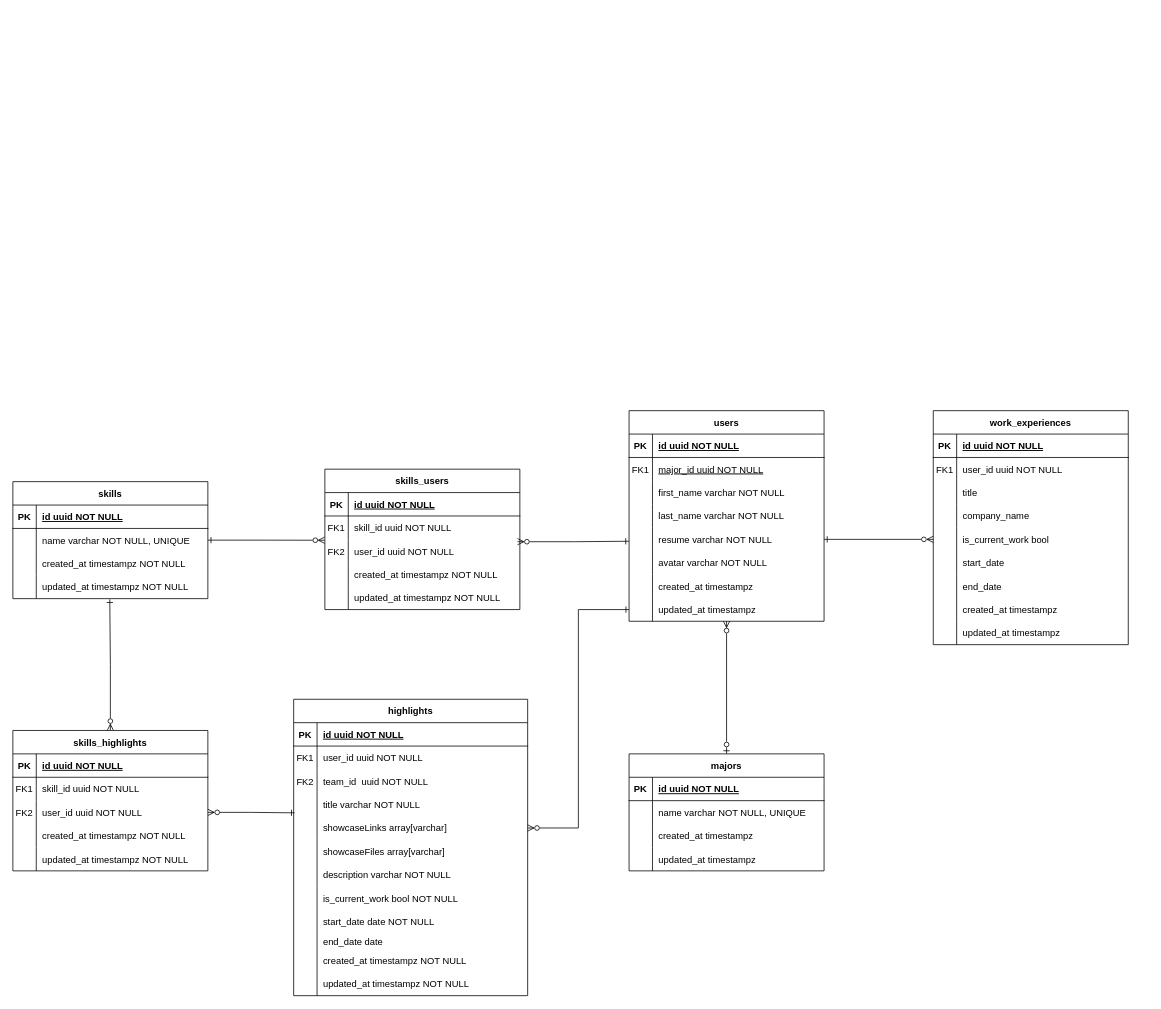
This is er-diagram.drawio from jmsandiegoo/launchlab_nus_app, a draw.io file, before an edit. Source tidied: cells renumbered, new cells numbered last; positions are measured from the earlier drawing's top-left corner, leaving out a move shared by most shapes. Both pictures are drawn from the tidied source at 78%, with x=0, y=0 at pixel (12, 410).
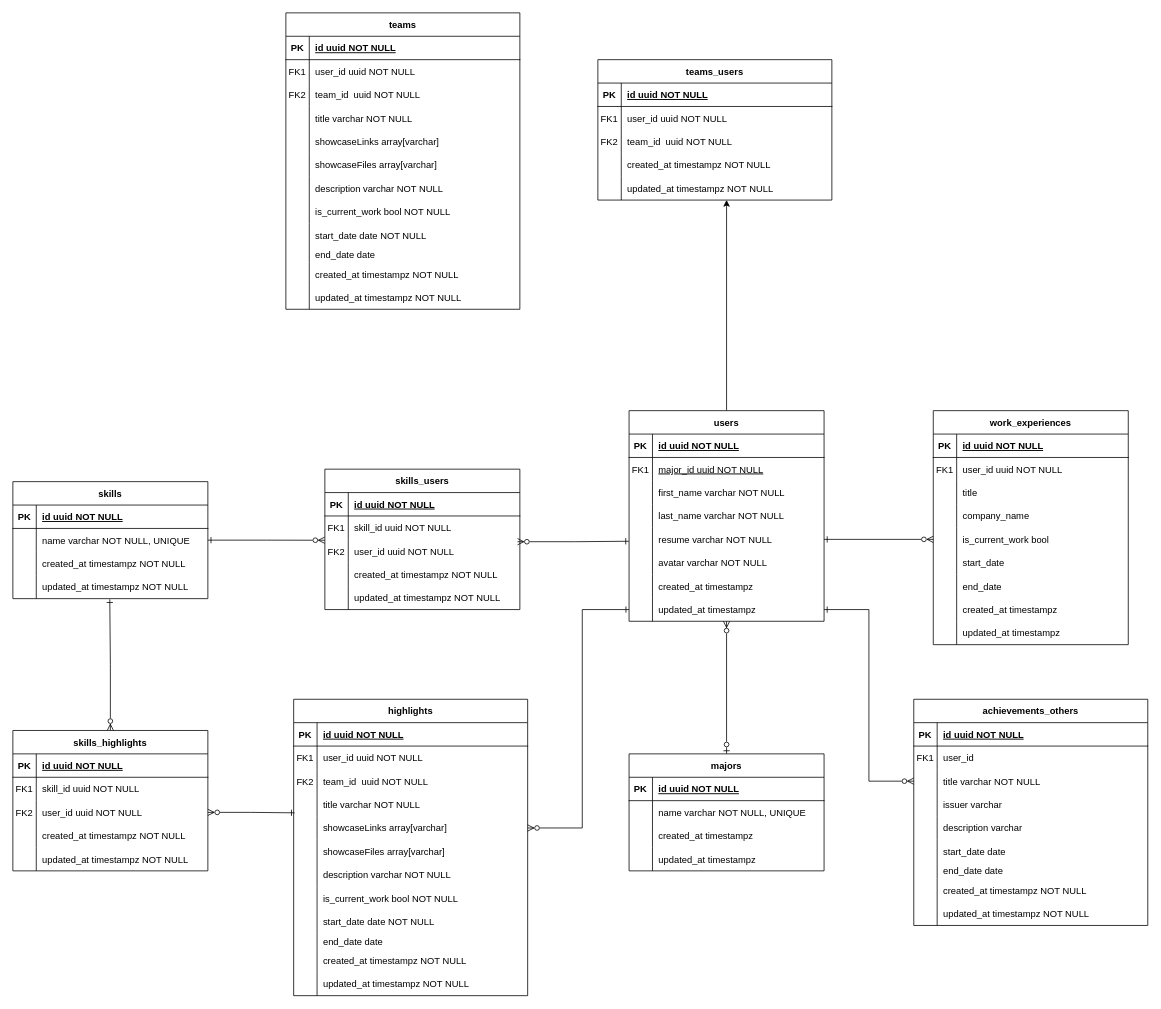
After the change.

Commit message:
added achievements & teams table

The change refers to these unchanged cells:
```xml
<mxCell id="2" value="users" style="shape=table;startSize=30;childLayout=tableLayout;rowLines=0;fontStyle=1;align=center;" parent="1" vertex="1">
  <mxGeometry x="790" width="250" height="270" as="geometry" />
</mxCell>
<mxCell id="24" style="shape=partialRectangle;fillColor=none;points=[[0,0.5],[1,0.5]];portConstraint=eastwest;top=0;left=0;right=0;bottom=0;" parent="2" vertex="1">
  <mxGeometry y="240" width="250" height="30" as="geometry" />
</mxCell>
<mxCell id="115" style="shape=partialRectangle;fillColor=none;points=[[0,0.5],[1,0.5]];portConstraint=eastwest;top=0;left=0;right=0;bottom=0;" parent="102" vertex="1">
  <mxGeometry y="150" width="300" height="30" as="geometry" />
</mxCell>
```

Change to the diagram source:
```diff
@@
+    <mxCell id="159" style="edgeStyle=orthogonalEdgeStyle;rounded=0;jettySize=auto;html=1;exitX=0.5;exitY=0;exitDx=0;exitDy=0;entryX=0.55;entryY=0.996;entryDx=0;entryDy=0;entryPerimeter=0;" parent="1" edge="1" source="2" target="239">
+      <mxGeometry relative="1" as="geometry" />
+    </mxCell>
@@
     <mxCell id="157" style="edgeStyle=orthogonalEdgeStyle;rounded=0;jettySize=auto;html=1;entryX=0;entryY=0.5;entryDx=0;entryDy=0;endArrow=ERone;endFill=0;startArrow=ERzeroToMany;startFill=0;" parent="1" edge="1" source="115" target="24">
-      <mxGeometry relative="1" as="geometry" />
+      <mxGeometry relative="1" as="geometry">
+        <Array as="points">
+          <mxPoint x="730" y="535" />
+          <mxPoint x="730" y="255" />
+        </Array>
+      </mxGeometry>
     </mxCell>
@@
+    <mxCell id="160" value="achievements_others" style="shape=table;startSize=30;childLayout=tableLayout;rowLines=0;fontStyle=1;align=center;" parent="1" vertex="1">
+      <mxGeometry x="1155" y="370" width="300" height="290" as="geometry" />
+    </mxCell>
+    <mxCell id="161" style="shape=partialRectangle;fillColor=none;top=0;left=0;right=0;bottom=1;" parent="160" vertex="1">
+      <mxGeometry y="30" width="300" height="30" as="geometry" />
+    </mxCell>
+    <mxCell id="162" value="PK" style="shape=partialRectangle;overflow=hidden;fillColor=none;top=0;left=0;bottom=0;right=0;fontStyle=1;" parent="161" vertex="1">
+      <mxGeometry width="30" height="30" as="geometry" />
+    </mxCell>
+    <mxCell id="163" value="id uuid NOT NULL " style="shape=partialRectangle;overflow=hidden;fillColor=none;top=0;left=0;bottom=0;right=0;align=left;spacingLeft=6;fontStyle=5;" parent="161" vertex="1">
+      <mxGeometry x="30" width="270" height="30" as="geometry" />
+    </mxCell>
+    <mxCell id="164" style="shape=partialRectangle;fillColor=none;top=0;left=0;right=0;bottom=0;" parent="160" vertex="1">
+      <mxGeometry y="60" width="300" height="30" as="geometry" />
+    </mxCell>
+    <mxCell id="165" value="FK1" style="shape=partialRectangle;overflow=hidden;fillColor=none;top=0;left=0;bottom=0;right=0;" parent="164" vertex="1">
+      <mxGeometry width="30" height="30" as="geometry" />
+    </mxCell>
+    <mxCell id="166" value="user_id" style="shape=partialRectangle;overflow=hidden;fillColor=none;top=0;left=0;bottom=0;right=0;align=left;spacingLeft=6;" parent="164" vertex="1">
+      <mxGeometry x="30" width="270" height="30" as="geometry" />
+    </mxCell>
+    <mxCell id="167" style="shape=partialRectangle;fillColor=none;points=[[0,0.5],[1,0.5]];portConstraint=eastwest;top=0;left=0;right=0;bottom=0;" parent="160" vertex="1">
+      <mxGeometry y="90" width="300" height="30" as="geometry" />
+    </mxCell>
+    <mxCell id="168" style="shape=partialRectangle;overflow=hidden;fillColor=none;top=0;left=0;bottom=0;right=0;" parent="167" vertex="1">
+      <mxGeometry width="30" height="30" as="geometry" />
+    </mxCell>
+    <mxCell id="169" value="title varchar NOT NULL" style="shape=partialRectangle;overflow=hidden;fillColor=none;top=0;left=0;bottom=0;right=0;align=left;spacingLeft=6;" parent="167" vertex="1">
+      <mxGeometry x="30" width="270" height="30" as="geometry" />
+    </mxCell>
+    <mxCell id="170" style="shape=partialRectangle;fillColor=none;top=0;left=0;right=0;bottom=0;" parent="160" vertex="1">
+      <mxGeometry y="120" width="300" height="30" as="geometry" />
+    </mxCell>
+    <mxCell id="171" style="shape=partialRectangle;overflow=hidden;fillColor=none;top=0;left=0;bottom=0;right=0;" parent="170" vertex="1">
+      <mxGeometry width="30" height="30" as="geometry" />
+    </mxCell>
+    <mxCell id="172" value="issuer varchar" style="shape=partialRectangle;overflow=hidden;fillColor=none;top=0;left=0;bottom=0;right=0;align=left;spacingLeft=6;" parent="170" vertex="1">
+      <mxGeometry x="30" width="270" height="30" as="geometry" />
+    </mxCell>
+    <mxCell id="173" style="shape=partialRectangle;fillColor=none;top=0;left=0;right=0;bottom=0;" parent="160" vertex="1">
+      <mxGeometry y="150" width="300" height="30" as="geometry" />
+    </mxCell>
+    <mxCell id="174" style="shape=partialRectangle;overflow=hidden;fillColor=none;top=0;left=0;bottom=0;right=0;" parent="173" vertex="1">
+      <mxGeometry width="30" height="30" as="geometry" />
+    </mxCell>
+    <mxCell id="175" value="description varchar" style="shape=partialRectangle;overflow=hidden;fillColor=none;top=0;left=0;bottom=0;right=0;align=left;spacingLeft=6;" parent="173" vertex="1">
+      <mxGeometry x="30" width="270" height="30" as="geometry" />
+    </mxCell>
+    <mxCell id="176" style="shape=partialRectangle;fillColor=none;top=0;left=0;right=0;bottom=0;" parent="160" vertex="1">
+      <mxGeometry y="180" width="300" height="30" as="geometry" />
+    </mxCell>
+    <mxCell id="177" style="shape=partialRectangle;overflow=hidden;fillColor=none;top=0;left=0;bottom=0;right=0;" parent="176" vertex="1">
+      <mxGeometry width="30" height="30" as="geometry" />
+    </mxCell>
+    <mxCell id="178" value="start_date date" style="shape=partialRectangle;overflow=hidden;fillColor=none;top=0;left=0;bottom=0;right=0;align=left;spacingLeft=6;" parent="176" vertex="1">
+      <mxGeometry x="30" width="270" height="30" as="geometry" />
+    </mxCell>
+    <mxCell id="179" style="shape=partialRectangle;fillColor=none;top=0;left=0;right=0;bottom=0;" parent="160" vertex="1">
+      <mxGeometry y="210" width="300" height="20" as="geometry" />
+    </mxCell>
+    <mxCell id="180" style="shape=partialRectangle;overflow=hidden;fillColor=none;top=0;left=0;bottom=0;right=0;" parent="179" vertex="1">
+      <mxGeometry width="30" height="20" as="geometry" />
+    </mxCell>
+    <mxCell id="181" value="end_date date" style="shape=partialRectangle;overflow=hidden;fillColor=none;top=0;left=0;bottom=0;right=0;align=left;spacingLeft=6;" parent="179" vertex="1">
+      <mxGeometry x="30" width="270" height="20" as="geometry" />
+    </mxCell>
+    <mxCell id="182" style="shape=partialRectangle;fillColor=none;top=0;left=0;right=0;bottom=0;" parent="160" vertex="1">
+      <mxGeometry y="230" width="300" height="30" as="geometry" />
+    </mxCell>
+    <mxCell id="183" style="shape=partialRectangle;overflow=hidden;fillColor=none;top=0;left=0;bottom=0;right=0;" parent="182" vertex="1">
+      <mxGeometry width="30" height="30" as="geometry" />
+    </mxCell>
+    <mxCell id="184" value="created_at timestampz NOT NULL" style="shape=partialRectangle;overflow=hidden;fillColor=none;top=0;left=0;bottom=0;right=0;align=left;spacingLeft=6;" parent="182" vertex="1">
+      <mxGeometry x="30" width="270" height="30" as="geometry" />
+    </mxCell>
+    <mxCell id="185" style="shape=partialRectangle;fillColor=none;top=0;left=0;right=0;bottom=0;" parent="160" vertex="1">
+      <mxGeometry y="260" width="300" height="30" as="geometry" />
+    </mxCell>
+    <mxCell id="186" style="shape=partialRectangle;overflow=hidden;fillColor=none;top=0;left=0;bottom=0;right=0;" parent="185" vertex="1">
+      <mxGeometry width="30" height="30" as="geometry" />
+    </mxCell>
+    <mxCell id="187" value="updated_at timestampz NOT NULL" style="shape=partialRectangle;overflow=hidden;fillColor=none;top=0;left=0;bottom=0;right=0;align=left;spacingLeft=6;" parent="185" vertex="1">
+      <mxGeometry x="30" width="270" height="30" as="geometry" />
+    </mxCell>
+    <mxCell id="188" style="edgeStyle=orthogonalEdgeStyle;rounded=0;jettySize=auto;html=1;exitX=0;exitY=0.5;exitDx=0;exitDy=0;entryX=1;entryY=0.5;entryDx=0;entryDy=0;endArrow=ERone;endFill=0;startArrow=ERzeroToMany;startFill=0;" parent="1" edge="1" source="167" target="24">
+      <mxGeometry relative="1" as="geometry" />
+    </mxCell>
+    <mxCell id="189" value="teams" style="shape=table;startSize=30;childLayout=tableLayout;rowLines=0;fontStyle=1;align=center;" parent="1" vertex="1">
+      <mxGeometry x="350" y="-510" width="300" height="380" as="geometry" />
+    </mxCell>
+    <mxCell id="190" style="shape=partialRectangle;fillColor=none;top=0;left=0;right=0;bottom=1;" parent="189" vertex="1">
+      <mxGeometry y="30" width="300" height="30" as="geometry" />
+    </mxCell>
+    <mxCell id="191" value="PK" style="shape=partialRectangle;overflow=hidden;fillColor=none;top=0;left=0;bottom=0;right=0;fontStyle=1;" parent="190" vertex="1">
+      <mxGeometry width="30" height="30" as="geometry" />
+    </mxCell>
+    <mxCell id="192" value="id uuid NOT NULL " style="shape=partialRectangle;overflow=hidden;fillColor=none;top=0;left=0;bottom=0;right=0;align=left;spacingLeft=6;fontStyle=5;" parent="190" vertex="1">
+      <mxGeometry x="30" width="270" height="30" as="geometry" />
+    </mxCell>
+    <mxCell id="193" style="shape=partialRectangle;fillColor=none;top=0;left=0;right=0;bottom=0;" parent="189" vertex="1">
+      <mxGeometry y="60" width="300" height="30" as="geometry" />
+    </mxCell>
+    <mxCell id="194" value="FK1" style="shape=partialRectangle;overflow=hidden;fillColor=none;top=0;left=0;bottom=0;right=0;" parent="193" vertex="1">
+      <mxGeometry width="30" height="30" as="geometry" />
+    </mxCell>
+    <mxCell id="195" value="user_id uuid NOT NULL" style="shape=partialRectangle;overflow=hidden;fillColor=none;top=0;left=0;bottom=0;right=0;align=left;spacingLeft=6;" parent="193" vertex="1">
+      <mxGeometry x="30" width="270" height="30" as="geometry" />
+    </mxCell>
+    <mxCell id="196" style="shape=partialRectangle;fillColor=none;top=0;left=0;right=0;bottom=0;" parent="189" vertex="1">
+      <mxGeometry y="90" width="300" height="30" as="geometry" />
+    </mxCell>
+    <mxCell id="197" value="FK2" style="shape=partialRectangle;overflow=hidden;fillColor=none;top=0;left=0;bottom=0;right=0;" parent="196" vertex="1">
+      <mxGeometry width="30" height="30" as="geometry" />
+    </mxCell>
+    <mxCell id="198" value="team_id  uuid NOT NULL" style="shape=partialRectangle;overflow=hidden;fillColor=none;top=0;left=0;bottom=0;right=0;align=left;spacingLeft=6;" parent="196" vertex="1">
+      <mxGeometry x="30" width="270" height="30" as="geometry" />
+    </mxCell>
+    <mxCell id="199" style="shape=partialRectangle;fillColor=none;top=0;left=0;right=0;bottom=0;" parent="189" vertex="1">
+      <mxGeometry y="120" width="300" height="30" as="geometry" />
+    </mxCell>
+    <mxCell id="200" style="shape=partialRectangle;overflow=hidden;fillColor=none;top=0;left=0;bottom=0;right=0;" parent="199" vertex="1">
+      <mxGeometry width="30" height="30" as="geometry" />
+    </mxCell>
+    <mxCell id="201" value="title varchar NOT NULL" style="shape=partialRectangle;overflow=hidden;fillColor=none;top=0;left=0;bottom=0;right=0;align=left;spacingLeft=6;" parent="199" vertex="1">
+      <mxGeometry x="30" width="270" height="30" as="geometry" />
+    </mxCell>
+    <mxCell id="202" style="shape=partialRectangle;fillColor=none;top=0;left=0;right=0;bottom=0;" parent="189" vertex="1">
+      <mxGeometry y="150" width="300" height="30" as="geometry" />
+    </mxCell>
+    <mxCell id="203" style="shape=partialRectangle;overflow=hidden;fillColor=none;top=0;left=0;bottom=0;right=0;" parent="202" vertex="1">
+      <mxGeometry width="30" height="30" as="geometry" />
+    </mxCell>
+    <mxCell id="204" value="showcaseLinks array[varchar]" style="shape=partialRectangle;overflow=hidden;fillColor=none;top=0;left=0;bottom=0;right=0;align=left;spacingLeft=6;" parent="202" vertex="1">
+      <mxGeometry x="30" width="270" height="30" as="geometry" />
+    </mxCell>
+    <mxCell id="205" style="shape=partialRectangle;fillColor=none;top=0;left=0;right=0;bottom=0;" parent="189" vertex="1">
+      <mxGeometry y="180" width="300" height="30" as="geometry" />
+    </mxCell>
+    <mxCell id="206" style="shape=partialRectangle;overflow=hidden;fillColor=none;top=0;left=0;bottom=0;right=0;" parent="205" vertex="1">
+      <mxGeometry width="30" height="30" as="geometry" />
+    </mxCell>
+    <mxCell id="207" value="showcaseFiles array[varchar]" style="shape=partialRectangle;overflow=hidden;fillColor=none;top=0;left=0;bottom=0;right=0;align=left;spacingLeft=6;" parent="205" vertex="1">
+      <mxGeometry x="30" width="270" height="30" as="geometry" />
+    </mxCell>
+    <mxCell id="208" style="shape=partialRectangle;fillColor=none;top=0;left=0;right=0;bottom=0;" parent="189" vertex="1">
+      <mxGeometry y="210" width="300" height="30" as="geometry" />
+    </mxCell>
+    <mxCell id="209" style="shape=partialRectangle;overflow=hidden;fillColor=none;top=0;left=0;bottom=0;right=0;" parent="208" vertex="1">
+      <mxGeometry width="30" height="30" as="geometry" />
+    </mxCell>
+    <mxCell id="210" value="description varchar NOT NULL" style="shape=partialRectangle;overflow=hidden;fillColor=none;top=0;left=0;bottom=0;right=0;align=left;spacingLeft=6;" parent="208" vertex="1">
+      <mxGeometry x="30" width="270" height="30" as="geometry" />
+    </mxCell>
+    <mxCell id="211" style="shape=partialRectangle;fillColor=none;top=0;left=0;right=0;bottom=0;" parent="189" vertex="1">
+      <mxGeometry y="240" width="300" height="30" as="geometry" />
+    </mxCell>
+    <mxCell id="212" style="shape=partialRectangle;overflow=hidden;fillColor=none;top=0;left=0;bottom=0;right=0;" parent="211" vertex="1">
+      <mxGeometry width="30" height="30" as="geometry" />
+    </mxCell>
+    <mxCell id="213" value="is_current_work bool NOT NULL" style="shape=partialRectangle;overflow=hidden;fillColor=none;top=0;left=0;bottom=0;right=0;align=left;spacingLeft=6;" parent="211" vertex="1">
+      <mxGeometry x="30" width="270" height="30" as="geometry" />
+    </mxCell>
+    <mxCell id="214" style="shape=partialRectangle;fillColor=none;top=0;left=0;right=0;bottom=0;" parent="189" vertex="1">
+      <mxGeometry y="270" width="300" height="30" as="geometry" />
+    </mxCell>
+    <mxCell id="215" style="shape=partialRectangle;overflow=hidden;fillColor=none;top=0;left=0;bottom=0;right=0;" parent="214" vertex="1">
+      <mxGeometry width="30" height="30" as="geometry" />
+    </mxCell>
+    <mxCell id="216" value="start_date date NOT NULL" style="shape=partialRectangle;overflow=hidden;fillColor=none;top=0;left=0;bottom=0;right=0;align=left;spacingLeft=6;" parent="214" vertex="1">
+      <mxGeometry x="30" width="270" height="30" as="geometry" />
+    </mxCell>
+    <mxCell id="217" style="shape=partialRectangle;fillColor=none;top=0;left=0;right=0;bottom=0;" parent="189" vertex="1">
+      <mxGeometry y="300" width="300" height="20" as="geometry" />
+    </mxCell>
+    <mxCell id="218" style="shape=partialRectangle;overflow=hidden;fillColor=none;top=0;left=0;bottom=0;right=0;" parent="217" vertex="1">
+      <mxGeometry width="30" height="20" as="geometry" />
+    </mxCell>
+    <mxCell id="219" value="end_date date" style="shape=partialRectangle;overflow=hidden;fillColor=none;top=0;left=0;bottom=0;right=0;align=left;spacingLeft=6;" parent="217" vertex="1">
+      <mxGeometry x="30" width="270" height="20" as="geometry" />
+    </mxCell>
+    <mxCell id="220" style="shape=partialRectangle;fillColor=none;top=0;left=0;right=0;bottom=0;" parent="189" vertex="1">
+      <mxGeometry y="320" width="300" height="30" as="geometry" />
+    </mxCell>
+    <mxCell id="221" style="shape=partialRectangle;overflow=hidden;fillColor=none;top=0;left=0;bottom=0;right=0;" parent="220" vertex="1">
+      <mxGeometry width="30" height="30" as="geometry" />
+    </mxCell>
+    <mxCell id="222" value="created_at timestampz NOT NULL" style="shape=partialRectangle;overflow=hidden;fillColor=none;top=0;left=0;bottom=0;right=0;align=left;spacingLeft=6;" parent="220" vertex="1">
+      <mxGeometry x="30" width="270" height="30" as="geometry" />
+    </mxCell>
+    <mxCell id="223" style="shape=partialRectangle;fillColor=none;top=0;left=0;right=0;bottom=0;" parent="189" vertex="1">
+      <mxGeometry y="350" width="300" height="30" as="geometry" />
+    </mxCell>
+    <mxCell id="224" style="shape=partialRectangle;overflow=hidden;fillColor=none;top=0;left=0;bottom=0;right=0;" parent="223" vertex="1">
+      <mxGeometry width="30" height="30" as="geometry" />
+    </mxCell>
+    <mxCell id="225" value="updated_at timestampz NOT NULL" style="shape=partialRectangle;overflow=hidden;fillColor=none;top=0;left=0;bottom=0;right=0;align=left;spacingLeft=6;" parent="223" vertex="1">
+      <mxGeometry x="30" width="270" height="30" as="geometry" />
+    </mxCell>
+    <mxCell id="226" value="teams_users" style="shape=table;startSize=30;childLayout=tableLayout;rowLines=0;fontStyle=1;align=center;" parent="1" vertex="1">
+      <mxGeometry x="750" y="-450" width="300" height="180" as="geometry" />
+    </mxCell>
+    <mxCell id="227" style="shape=partialRectangle;fillColor=none;top=0;left=0;right=0;bottom=1;" parent="226" vertex="1">
+      <mxGeometry y="30" width="300" height="30" as="geometry" />
+    </mxCell>
+    <mxCell id="228" value="PK" style="shape=partialRectangle;overflow=hidden;fillColor=none;top=0;left=0;bottom=0;right=0;fontStyle=1;" parent="227" vertex="1">
+      <mxGeometry width="30" height="30" as="geometry" />
+    </mxCell>
+    <mxCell id="229" value="id uuid NOT NULL " style="shape=partialRectangle;overflow=hidden;fillColor=none;top=0;left=0;bottom=0;right=0;align=left;spacingLeft=6;fontStyle=5;" parent="227" vertex="1">
+      <mxGeometry x="30" width="270" height="30" as="geometry" />
+    </mxCell>
+    <mxCell id="230" style="shape=partialRectangle;fillColor=none;top=0;left=0;right=0;bottom=0;" parent="226" vertex="1">
+      <mxGeometry y="60" width="300" height="30" as="geometry" />
+    </mxCell>
+    <mxCell id="231" value="FK1" style="shape=partialRectangle;overflow=hidden;fillColor=none;top=0;left=0;bottom=0;right=0;" parent="230" vertex="1">
+      <mxGeometry width="30" height="30" as="geometry" />
+    </mxCell>
+    <mxCell id="232" value="user_id uuid NOT NULL" style="shape=partialRectangle;overflow=hidden;fillColor=none;top=0;left=0;bottom=0;right=0;align=left;spacingLeft=6;" parent="230" vertex="1">
+      <mxGeometry x="30" width="270" height="30" as="geometry" />
+    </mxCell>
+    <mxCell id="233" style="shape=partialRectangle;fillColor=none;top=0;left=0;right=0;bottom=0;" parent="226" vertex="1">
+      <mxGeometry y="90" width="300" height="30" as="geometry" />
+    </mxCell>
+    <mxCell id="234" value="FK2" style="shape=partialRectangle;overflow=hidden;fillColor=none;top=0;left=0;bottom=0;right=0;" parent="233" vertex="1">
+      <mxGeometry width="30" height="30" as="geometry" />
+    </mxCell>
+    <mxCell id="235" value="team_id  uuid NOT NULL" style="shape=partialRectangle;overflow=hidden;fillColor=none;top=0;left=0;bottom=0;right=0;align=left;spacingLeft=6;" parent="233" vertex="1">
+      <mxGeometry x="30" width="270" height="30" as="geometry" />
+    </mxCell>
+    <mxCell id="236" style="shape=partialRectangle;fillColor=none;top=0;left=0;right=0;bottom=0;" parent="226" vertex="1">
+      <mxGeometry y="120" width="300" height="30" as="geometry" />
+    </mxCell>
+    <mxCell id="237" style="shape=partialRectangle;overflow=hidden;fillColor=none;top=0;left=0;bottom=0;right=0;" parent="236" vertex="1">
+      <mxGeometry width="30" height="30" as="geometry" />
+    </mxCell>
+    <mxCell id="238" value="created_at timestampz NOT NULL" style="shape=partialRectangle;overflow=hidden;fillColor=none;top=0;left=0;bottom=0;right=0;align=left;spacingLeft=6;" parent="236" vertex="1">
+      <mxGeometry x="30" width="270" height="30" as="geometry" />
+    </mxCell>
+    <mxCell id="239" style="shape=partialRectangle;fillColor=none;points=[[0,0.5],[1,0.5]];portConstraint=eastwest;top=0;left=0;right=0;bottom=0;" parent="226" vertex="1">
+      <mxGeometry y="150" width="300" height="30" as="geometry" />
+    </mxCell>
+    <mxCell id="240" style="shape=partialRectangle;overflow=hidden;fillColor=none;top=0;left=0;bottom=0;right=0;" parent="239" vertex="1">
+      <mxGeometry width="30" height="30" as="geometry" />
+    </mxCell>
+    <mxCell id="241" value="updated_at timestampz NOT NULL" style="shape=partialRectangle;overflow=hidden;fillColor=none;top=0;left=0;bottom=0;right=0;align=left;spacingLeft=6;" parent="239" vertex="1">
+      <mxGeometry x="30" width="270" height="30" as="geometry" />
+    </mxCell>
```
